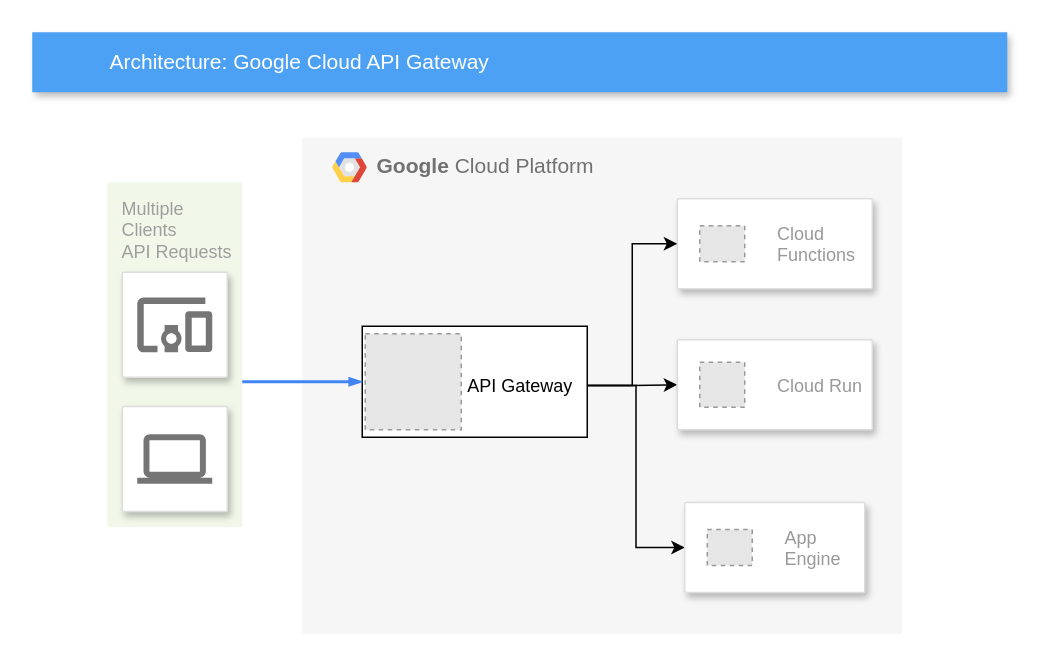
The draw.io diagram Diagram bez názvu.drawio in stefanbertos/for-developers-gcp-cloud-api-gateway, before the edit. Source tidied: cells renumbered, new cells numbered last; positions are measured from the earlier drawing's top-left corner, leaving out a move shared by most shapes. Both pictures are drawn from the tidied source at 150%, with x=0, y=0 at pixel (32, 32). Pictures stored in the file or linked from it are replaced by grey dashed boxes.
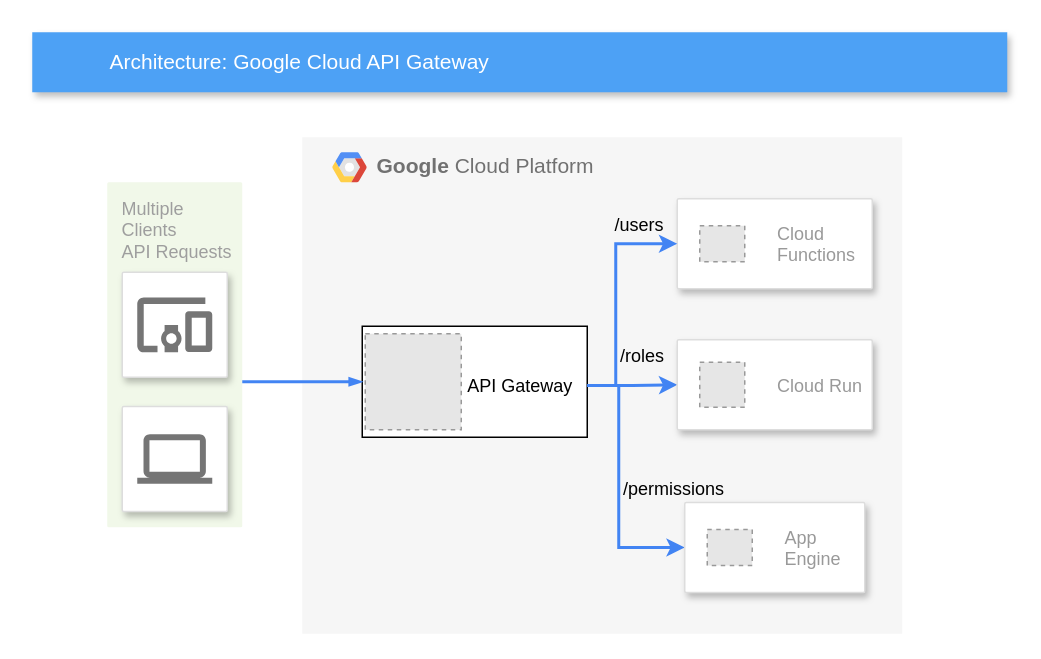
After the change.

Unchanged cells that the change refers to:
```xml
<mxCell id="2" value="&lt;b&gt;Google &lt;/b&gt;Cloud Platform" style="fillColor=#F6F6F6;strokeColor=none;shadow=0;gradientColor=none;fontSize=14;align=left;spacing=10;fontColor=#717171;9E9E9E;verticalAlign=top;spacingTop=-4;fontStyle=0;spacingLeft=40;html=1;" parent="1" vertex="1">
  <mxGeometry x="180" y="70" width="400" height="331" as="geometry" />
</mxCell>
<mxCell id="6" style="strokeColor=#dddddd;shadow=1;strokeWidth=1;rounded=1;absoluteArcSize=1;arcSize=2;" parent="2" vertex="1">
  <mxGeometry x="250" y="41" width="130" height="60" as="geometry" />
</mxCell>
<mxCell id="11" value="API Gateway" style="text;html=1;align=center;verticalAlign=middle;points=[];fillColor=none;strokeColor=none;rounded=0;" parent="2" vertex="1">
  <mxGeometry x="100" y="150.5" width="90" height="30" as="geometry" />
</mxCell>
<mxCell id="12" style="strokeColor=#dddddd;shadow=1;strokeWidth=1;rounded=1;absoluteArcSize=1;arcSize=2;" parent="2" vertex="1">
  <mxGeometry x="250" y="135" width="130" height="60" as="geometry" />
</mxCell>
<mxCell id="14" style="strokeColor=#dddddd;shadow=1;strokeWidth=1;rounded=1;absoluteArcSize=1;arcSize=2;" parent="2" vertex="1">
  <mxGeometry x="255" y="243.5" width="120" height="60" as="geometry" />
</mxCell>
```

Diff of the diagram source:
```diff
@@
+    <mxCell id="9" style="edgeStyle=orthogonalEdgeStyle;rounded=0;jettySize=auto;html=1;strokeColor=#4284F3;strokeWidth=2;" parent="2" edge="1" source="11" target="12">
+      <mxGeometry relative="1" as="geometry" />
+    </mxCell>
-    <mxCell id="8" style="edgeStyle=orthogonalEdgeStyle;rounded=0;jettySize=auto;html=1;entryX=0;entryY=0.5;entryDx=0;entryDy=0;" parent="2" edge="1" source="11" target="6">
-      <mxGeometry relative="1" as="geometry" />
+    <mxCell id="8" style="edgeStyle=orthogonalEdgeStyle;rounded=0;jettySize=auto;html=1;entryX=0;entryY=0.5;entryDx=0;entryDy=0;strokeColor=#4284F3;strokeWidth=2;" parent="2" edge="1" source="11" target="6">
+      <mxGeometry relative="1" as="geometry">
+        <Array as="points">
+          <mxPoint x="209" y="166" />
+          <mxPoint x="209" y="71" />
+        </Array>
+      </mxGeometry>
     </mxCell>
-    <mxCell id="9" style="edgeStyle=orthogonalEdgeStyle;rounded=0;jettySize=auto;html=1;entryX=0;entryY=0.5;entryDx=0;entryDy=0;" parent="2" edge="1" source="11" target="12">
-      <mxGeometry relative="1" as="geometry" />
-    </mxCell>
-    <mxCell id="10" style="edgeStyle=orthogonalEdgeStyle;rounded=0;jettySize=auto;html=1;entryX=0;entryY=0.5;entryDx=0;entryDy=0;" parent="2" edge="1" source="11" target="14">
-      <mxGeometry relative="1" as="geometry" />
+    <mxCell id="10" style="edgeStyle=orthogonalEdgeStyle;rounded=0;jettySize=auto;html=1;entryX=0;entryY=0.5;entryDx=0;entryDy=0;strokeColor=#4284F3;strokeWidth=2;" parent="2" edge="1" source="11" target="14">
+      <mxGeometry relative="1" as="geometry">
+        <Array as="points">
+          <mxPoint x="211" y="166" />
+          <mxPoint x="211" y="274" />
+        </Array>
+      </mxGeometry>
     </mxCell>
@@
+    <mxCell id="23" value="/users" style="text;html=1;strokeColor=none;fillColor=none;align=center;verticalAlign=middle;whiteSpace=wrap;rounded=0;" parent="2" vertex="1">
+      <mxGeometry x="195" y="44" width="60" height="30" as="geometry" />
+    </mxCell>
+    <mxCell id="24" value="/roles" style="text;html=1;strokeColor=none;fillColor=none;align=center;verticalAlign=middle;whiteSpace=wrap;rounded=0;" parent="2" vertex="1">
+      <mxGeometry x="197" y="131" width="60" height="30" as="geometry" />
+    </mxCell>
+    <mxCell id="25" value="/permissions" style="text;html=1;strokeColor=none;fillColor=none;align=center;verticalAlign=middle;whiteSpace=wrap;rounded=0;" parent="2" vertex="1">
+      <mxGeometry x="218" y="220" width="60" height="30" as="geometry" />
+    </mxCell>
```
